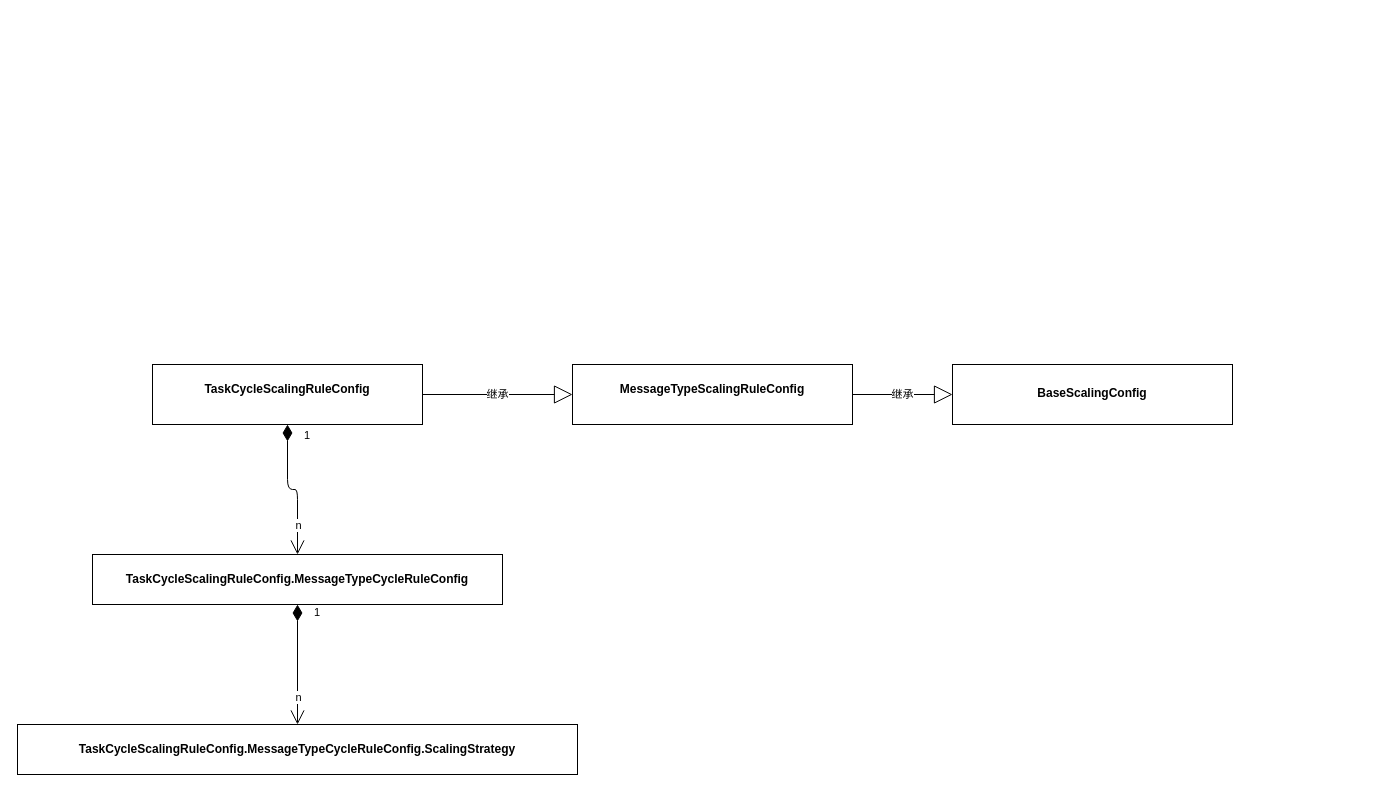
This is medialive/鹊桥动态扩缩容配置相关类UML.drawio from gaoji1/-, a draw.io file, before an edit. Source tidied: cells renumbered, new cells numbered last; positions are measured from the earlier drawing's top-left corner, leaving out a move shared by most shapes. Both pictures are drawn from the tidied source at 100%, with x=0, y=0 at pixel (17, 364).
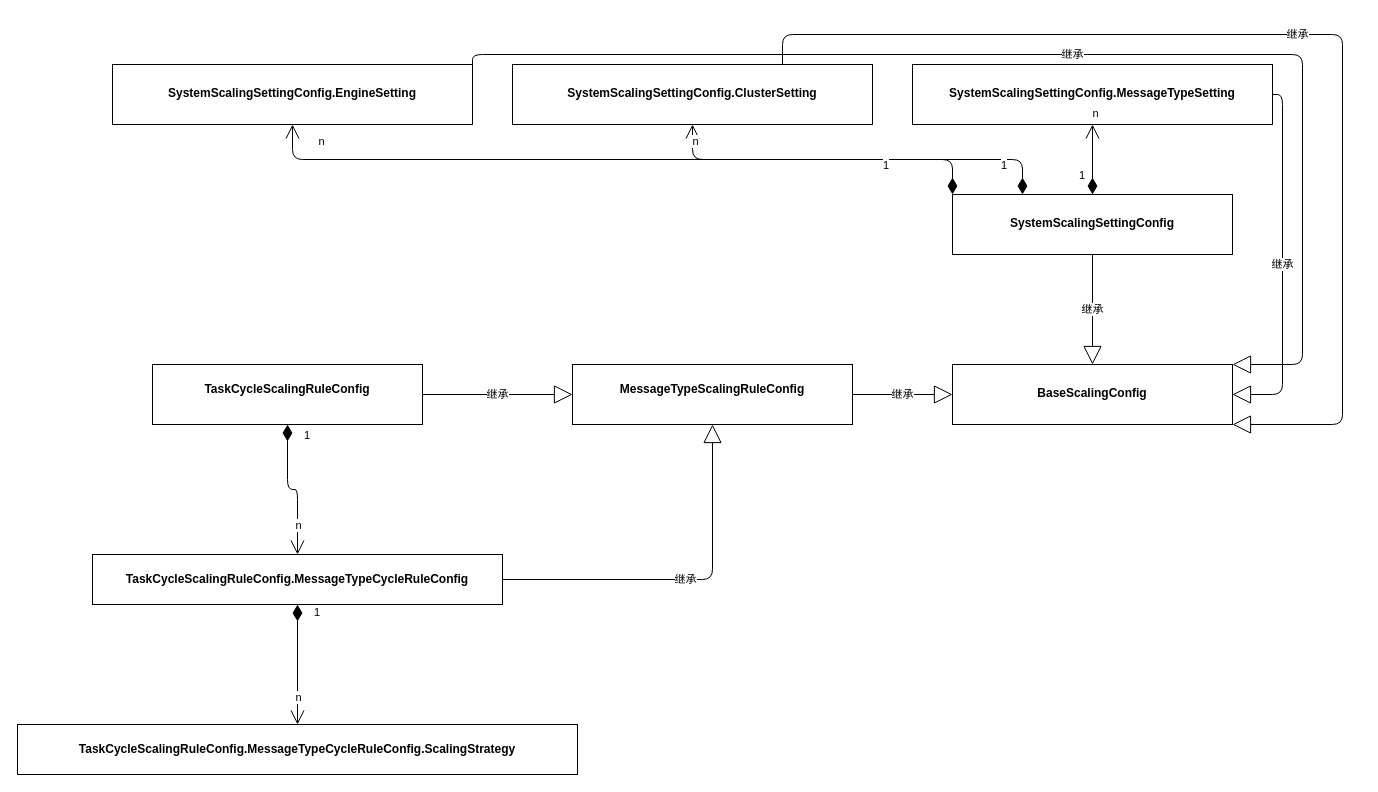
The same diagram, later.

Commit message (it also covers changes not shown here):
Update 鹊桥动态扩缩容配置相关类UML.drawio

Unchanged cells that the change refers to:
```xml
<mxCell id="3" value="&lt;p style=&quot;margin: 0px ; margin-top: 4px ; text-align: center&quot;&gt;&lt;br&gt;&lt;b&gt;TaskCycleScalingRuleConfig.&lt;/b&gt;&lt;b&gt;MessageTypeCycleRuleConfig&lt;/b&gt;&lt;/p&gt;" style="verticalAlign=top;align=left;overflow=fill;fontSize=12;fontFamily=Helvetica;html=1;" parent="1" vertex="1">
  <mxGeometry x="75" y="190" width="410" height="50" as="geometry" />
</mxCell>
<mxCell id="6" value="&lt;p style=&quot;margin: 0px ; margin-top: 4px ; text-align: center&quot;&gt;&lt;br&gt;&lt;b&gt;MessageTypeScalingRuleConfig&lt;/b&gt;&lt;br&gt;&lt;/p&gt;" style="verticalAlign=top;align=left;overflow=fill;fontSize=12;fontFamily=Helvetica;html=1;" parent="1" vertex="1">
  <mxGeometry x="555" width="280" height="60" as="geometry" />
</mxCell>
<mxCell id="8" value="&lt;p style=&quot;margin: 0px ; margin-top: 4px ; text-align: center&quot;&gt;&lt;br&gt;&lt;/p&gt;&lt;p style=&quot;margin: 0px ; margin-top: 4px ; text-align: center&quot;&gt;BaseScalingConfig&lt;br&gt;&lt;/p&gt;" style="verticalAlign=middle;align=left;overflow=fill;fontSize=12;fontFamily=Helvetica;html=1;fontStyle=1;" parent="1" vertex="1">
  <mxGeometry x="935" width="280" height="60" as="geometry" />
</mxCell>
```

Change to the diagram source:
```diff
@@
+    <mxCell id="13" value="&lt;p style=&quot;margin: 0px ; margin-top: 4px ; text-align: center&quot;&gt;&lt;br&gt;&lt;/p&gt;&lt;p style=&quot;margin: 0px ; margin-top: 4px ; text-align: center&quot;&gt;SystemScalingSettingConfig&lt;br&gt;&lt;/p&gt;" style="verticalAlign=middle;align=left;overflow=fill;fontSize=12;fontFamily=Helvetica;html=1;fontStyle=1;" parent="1" vertex="1">
+      <mxGeometry x="935" y="-170" width="280" height="60" as="geometry" />
+    </mxCell>
+    <mxCell id="14" value="继承" style="endArrow=block;endSize=16;endFill=0;html=1;entryX=0.5;entryY=0;entryDx=0;entryDy=0;exitX=0.5;exitY=1;exitDx=0;exitDy=0;" parent="1" edge="1" source="13" target="8">
+      <mxGeometry relative="1" as="geometry" />
+    </mxCell>
+    <mxCell id="15" value="继承" style="endArrow=block;endSize=16;endFill=0;html=1;entryX=0.5;entryY=1;entryDx=0;entryDy=0;exitX=1;exitY=0.5;exitDx=0;exitDy=0;edgeStyle=orthogonalEdgeStyle;" parent="1" edge="1" source="3" target="6">
+      <mxGeometry relative="1" as="geometry" />
+    </mxCell>
+    <mxCell id="16" value="&lt;p style=&quot;margin: 0px ; margin-top: 4px ; text-align: center&quot;&gt;&lt;br&gt;&lt;/p&gt;&lt;p style=&quot;margin: 0px ; margin-top: 4px ; text-align: center&quot;&gt;SystemScalingSettingConfig.MessageTypeSetting&lt;br&gt;&lt;/p&gt;" style="verticalAlign=middle;align=left;overflow=fill;fontSize=12;fontFamily=Helvetica;html=1;fontStyle=1;" parent="1" vertex="1">
+      <mxGeometry x="895" y="-300" width="360" height="60" as="geometry" />
+    </mxCell>
+    <mxCell id="17" value="继承" style="endArrow=block;endSize=16;endFill=0;html=1;entryX=1;entryY=0.5;entryDx=0;entryDy=0;exitX=1;exitY=0.5;exitDx=0;exitDy=0;edgeStyle=orthogonalEdgeStyle;" parent="1" edge="1" source="16" target="8">
+      <mxGeometry relative="1" as="geometry" />
+    </mxCell>
+    <mxCell id="18" value="1" style="endArrow=open;html=1;endSize=12;startArrow=diamondThin;startSize=14;startFill=1;edgeStyle=orthogonalEdgeStyle;align=left;verticalAlign=bottom;exitX=0.5;exitY=0;exitDx=0;exitDy=0;entryX=0.5;entryY=1;entryDx=0;entryDy=0;" parent="1" edge="1" source="13" target="16">
+      <mxGeometry x="-0.71" y="15" relative="1" as="geometry" />
+    </mxCell>
+    <mxCell id="19" value="n" style="edgeLabel;html=1;align=center;verticalAlign=middle;" parent="18" vertex="1">
+      <mxGeometry x="0.83" y="-1" relative="1" as="geometry">
+        <mxPoint x="1" y="-18" as="offset" />
+      </mxGeometry>
+    </mxCell>
+    <mxCell id="20" value="&lt;p style=&quot;margin: 0px ; margin-top: 4px ; text-align: center&quot;&gt;&lt;br&gt;&lt;/p&gt;&lt;p style=&quot;margin: 0px ; margin-top: 4px ; text-align: center&quot;&gt;SystemScalingSettingConfig.ClusterSetting&lt;br&gt;&lt;/p&gt;" style="verticalAlign=middle;align=left;overflow=fill;fontSize=12;fontFamily=Helvetica;html=1;fontStyle=1;" parent="1" vertex="1">
+      <mxGeometry x="495" y="-300" width="360" height="60" as="geometry" />
+    </mxCell>
+    <mxCell id="21" value="1" style="endArrow=open;html=1;endSize=12;startArrow=diamondThin;startSize=14;startFill=1;edgeStyle=orthogonalEdgeStyle;align=left;verticalAlign=bottom;exitX=0.25;exitY=0;exitDx=0;exitDy=0;entryX=0.5;entryY=1;entryDx=0;entryDy=0;" parent="1" edge="1" source="13" target="20">
+      <mxGeometry x="-0.71" y="15" relative="1" as="geometry" />
+    </mxCell>
+    <mxCell id="22" value="n" style="edgeLabel;html=1;align=center;verticalAlign=middle;" parent="21" vertex="1">
+      <mxGeometry x="0.83" y="-1" relative="1" as="geometry">
+        <mxPoint x="1" y="-18" as="offset" />
+      </mxGeometry>
+    </mxCell>
+    <mxCell id="23" value="&lt;p style=&quot;margin: 0px ; margin-top: 4px ; text-align: center&quot;&gt;&lt;br&gt;&lt;/p&gt;&lt;p style=&quot;margin: 0px ; margin-top: 4px ; text-align: center&quot;&gt;SystemScalingSettingConfig.EngineSetting&lt;br&gt;&lt;/p&gt;" style="verticalAlign=middle;align=left;overflow=fill;fontSize=12;fontFamily=Helvetica;html=1;fontStyle=1;" parent="1" vertex="1">
+      <mxGeometry x="95" y="-300" width="360" height="60" as="geometry" />
+    </mxCell>
+    <mxCell id="24" value="1" style="endArrow=open;html=1;endSize=12;startArrow=diamondThin;startSize=14;startFill=1;edgeStyle=orthogonalEdgeStyle;align=left;verticalAlign=bottom;exitX=0;exitY=0;exitDx=0;exitDy=0;entryX=0.5;entryY=1;entryDx=0;entryDy=0;" parent="1" edge="1" source="13" target="23">
+      <mxGeometry x="-0.71" y="15" relative="1" as="geometry" />
+    </mxCell>
+    <mxCell id="25" value="n" style="edgeLabel;html=1;align=center;verticalAlign=middle;" parent="24" vertex="1">
+      <mxGeometry x="0.83" y="-1" relative="1" as="geometry">
+        <mxPoint x="1" y="-18" as="offset" />
+      </mxGeometry>
+    </mxCell>
+    <mxCell id="26" value="继承" style="endArrow=block;endSize=16;endFill=0;html=1;entryX=1;entryY=1;entryDx=0;entryDy=0;exitX=0.75;exitY=0;exitDx=0;exitDy=0;edgeStyle=orthogonalEdgeStyle;" parent="1" edge="1" source="20" target="8">
+      <mxGeometry relative="1" as="geometry">
+        <Array as="points">
+          <mxPoint x="765" y="-330" />
+          <mxPoint x="1325" y="-330" />
+          <mxPoint x="1325" y="60" />
+        </Array>
+      </mxGeometry>
+    </mxCell>
+    <mxCell id="27" value="继承" style="endArrow=block;endSize=16;endFill=0;html=1;entryX=1;entryY=0;entryDx=0;entryDy=0;edgeStyle=orthogonalEdgeStyle;exitX=1;exitY=0;exitDx=0;exitDy=0;" parent="1" edge="1" source="23" target="8">
+      <mxGeometry relative="1" as="geometry">
+        <Array as="points">
+          <mxPoint x="455" y="-310" />
+          <mxPoint x="1285" y="-310" />
+          <mxPoint x="1285" />
+        </Array>
+      </mxGeometry>
+    </mxCell>
```
